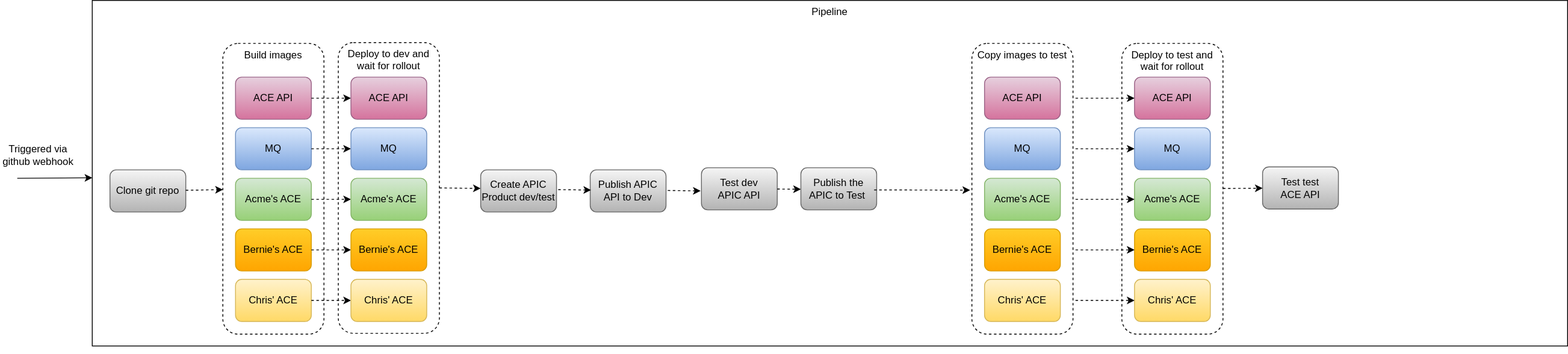
Before: DrivewayDentDeletion/media/dev-test-apic-pipeline.svg, a diagram exported from draw.io (IBM/cp4i-deployment-samples). Source tidied: cells renumbered, new cells last; positions are measured from the earlier drawing's top-left corner, leaving out a move shared by most shapes.
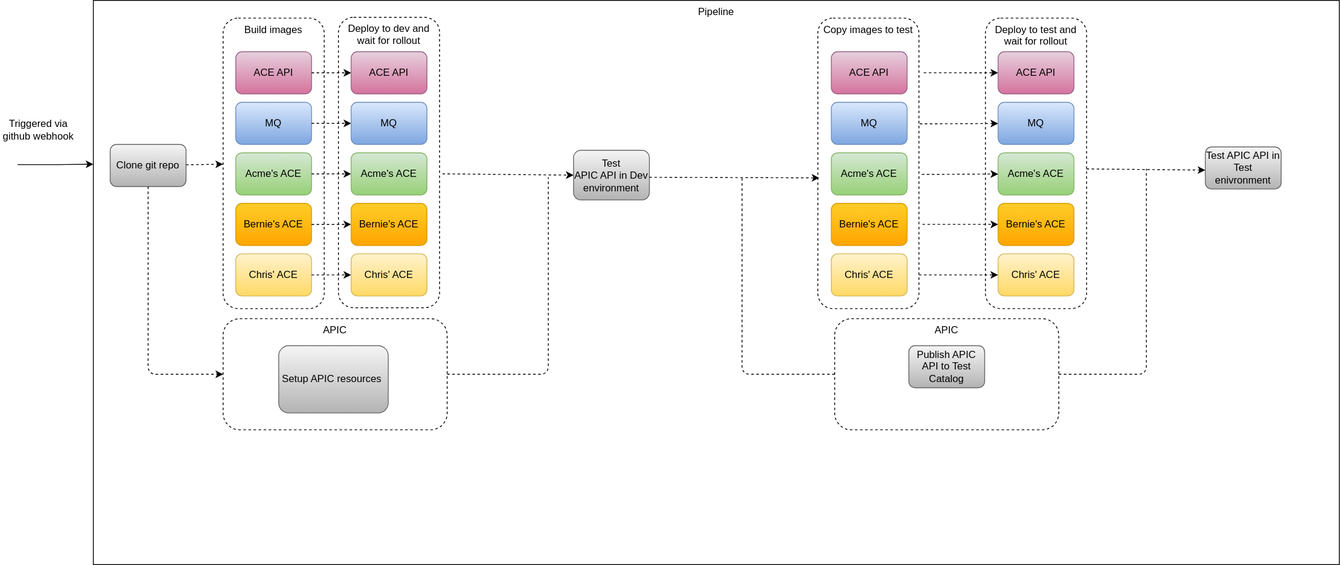
After the commit.

Change to the diagram source:
```diff
@@ -3,16 +3,11 @@
     <mxCell id="0" />
     <mxCell id="1" parent="0" />
     <mxCell id="2" value="Pipeline" style="rounded=0;whiteSpace=wrap;html=1;verticalAlign=top;" parent="1" vertex="1">
-      <mxGeometry x="109" width="1751" height="410" as="geometry" />
+      <mxGeometry x="110" y="30" width="1479" height="670" as="geometry" />
     </mxCell>
     <mxCell id="3" value="Deploy to dev and wait for rollout" style="rounded=1;whiteSpace=wrap;html=1;verticalAlign=top;dashed=1;" parent="1" vertex="1">
       <mxGeometry x="401" y="50" width="120" height="345" as="geometry" />
     </mxCell>
-    <mxCell id="4" style="endArrow=classic;html=1;" parent="1" edge="1" target="2">
-      <mxGeometry relative="1" as="geometry">
-        <mxPoint x="20" y="211" as="sourcePoint" />
-      </mxGeometry>
-    </mxCell>
     <mxCell id="5" value="Triggered via github webhook" style="text;html=1;strokeColor=none;fillColor=none;align=center;verticalAlign=middle;whiteSpace=wrap;rounded=0;" parent="1" vertex="1">
       <mxGeometry y="173.5" width="90" height="20" as="geometry" />
     </mxCell>
@@ -55,11 +50,11 @@
     <mxCell id="17" style="endArrow=classic;html=1;dashed=1;" parent="1" edge="1" source="7" target="36">
       <mxGeometry relative="1" as="geometry" />
     </mxCell>
-    <mxCell id="18" value="Test dev&lt;br&gt;APIC API" style="rounded=1;whiteSpace=wrap;html=1;fillColor=#f5f5f5;strokeColor=#666666;gradientColor=#b3b3b3;" parent="1" vertex="1">
-      <mxGeometry x="832" y="198.5" width="90" height="50" as="geometry" />
+    <mxCell id="18" value="Test&lt;br&gt;APIC API in Dev environment" style="rounded=1;whiteSpace=wrap;html=1;fillColor=#f5f5f5;strokeColor=#666666;gradientColor=#b3b3b3;" parent="1" vertex="1">
+      <mxGeometry x="680" y="208" width="90" height="59" as="geometry" />
     </mxCell>
     <mxCell id="19" style="group;dashed=1;strokeColor=none;" parent="1" vertex="1">
-      <mxGeometry x="798" y="51" width="120" height="345" as="geometry" />
+      <mxGeometry x="636" y="51" width="120" height="345" as="geometry" />
     </mxCell>
     <mxCell id="20" style="group;" parent="19" vertex="1">
       <mxGeometry x="533" width="120" height="345" as="geometry" />
@@ -82,31 +77,21 @@
     <mxCell id="26" value="Chris' ACE" style="rounded=1;whiteSpace=wrap;html=1;fillColor=#fff2cc;strokeColor=#d6b656;gradientColor=#ffd966;" parent="20" vertex="1">
       <mxGeometry x="15" y="280" width="90" height="50" as="geometry" />
     </mxCell>
-    <mxCell id="27" style="endArrow=classic;html=1;dashed=1;" parent="1" edge="1" source="46" target="23">
+    <mxCell id="27" style="endArrow=classic;html=1;dashed=1;exitX=1.008;exitY=0.364;exitDx=0;exitDy=0;exitPerimeter=0;" parent="1" edge="1" source="44" target="23">
       <mxGeometry relative="1" as="geometry" />
     </mxCell>
-    <mxCell id="28" style="endArrow=classic;html=1;dashed=1;" parent="1" edge="1" source="47" target="24">
+    <mxCell id="28" style="endArrow=classic;html=1;dashed=1;exitX=1.028;exitY=0.538;exitDx=0;exitDy=0;exitPerimeter=0;" parent="1" edge="1" source="44" target="24">
       <mxGeometry relative="1" as="geometry" />
     </mxCell>
-    <mxCell id="29" style="endArrow=classic;html=1;dashed=1;" parent="1" edge="1" source="48" target="25">
+    <mxCell id="29" style="endArrow=classic;html=1;dashed=1;exitX=1.035;exitY=0.71;exitDx=0;exitDy=0;exitPerimeter=0;" parent="1" edge="1" source="44" target="25">
       <mxGeometry relative="1" as="geometry" />
     </mxCell>
-    <mxCell id="30" style="endArrow=classic;html=1;dashed=1;" parent="1" edge="1" source="49" target="26">
+    <mxCell id="30" style="endArrow=classic;html=1;dashed=1;exitX=1;exitY=0.884;exitDx=0;exitDy=0;exitPerimeter=0;" parent="1" edge="1" source="44" target="26">
       <mxGeometry relative="1" as="geometry" />
     </mxCell>
-    <mxCell id="31" style="endArrow=classic;html=1;dashed=1;" parent="1" edge="1" source="45" target="22">
+    <mxCell id="31" style="endArrow=classic;html=1;dashed=1;exitX=1.048;exitY=0.188;exitDx=0;exitDy=0;exitPerimeter=0;" parent="1" edge="1" source="44" target="22">
       <mxGeometry relative="1" as="geometry" />
     </mxCell>
-    <mxCell id="32" style="endArrow=classic;html=1;dashed=1;exitX=1;exitY=0.5;exitDx=0;exitDy=0;" parent="1" edge="1" source="3">
-      <mxGeometry relative="1" as="geometry">
-        <mxPoint x="570" y="223" as="targetPoint" />
-      </mxGeometry>
-    </mxCell>
-    <mxCell id="33" style="endArrow=classic;html=1;dashed=1;" parent="1" edge="1" source="18">
-      <mxGeometry relative="1" as="geometry">
-        <mxPoint x="950" y="224" as="targetPoint" />
-      </mxGeometry>
-    </mxCell>
     <mxCell id="34" value="Clone git repo" style="rounded=1;whiteSpace=wrap;html=1;fillColor=#f5f5f5;strokeColor=#666666;gradientColor=#b3b3b3;" parent="1" vertex="1">
       <mxGeometry x="130" y="201" width="90" height="50" as="geometry" />
     </mxCell>
@@ -128,58 +113,104 @@
     <mxCell id="40" value="Chris' ACE" style="rounded=1;whiteSpace=wrap;html=1;fillColor=#fff2cc;strokeColor=#d6b656;gradientColor=#ffd966;" parent="1" vertex="1">
       <mxGeometry x="416" y="331" width="90" height="50" as="geometry" />
     </mxCell>
-    <mxCell id="41" value="Test test&lt;br&gt;ACE API" style="rounded=1;whiteSpace=wrap;html=1;fillColor=#f5f5f5;strokeColor=#666666;gradientColor=#b3b3b3;" parent="1" vertex="1">
-      <mxGeometry x="1498" y="197.5" width="90" height="50" as="geometry" />
+    <mxCell id="41" value="Test APIC API in Test enivronment" style="rounded=1;whiteSpace=wrap;html=1;fillColor=#f5f5f5;strokeColor=#666666;gradientColor=#b3b3b3;" parent="1" vertex="1">
+      <mxGeometry x="1430" y="204" width="90" height="50" as="geometry" />
     </mxCell>
-    <mxCell id="42" style="endArrow=classic;html=1;dashed=1;" parent="1" edge="1" source="21" target="41">
-      <mxGeometry relative="1" as="geometry" />
+    <mxCell id="42" style="endArrow=classic;html=1;dashed=1;" parent="1" edge="1">
+      <mxGeometry relative="1" as="geometry">
+        <mxPoint x="1289" y="230.1" as="sourcePoint" />
+        <mxPoint x="1430" y="231.5" as="targetPoint" />
+      </mxGeometry>
     </mxCell>
     <mxCell id="43" style="group;" parent="1" vertex="1">
       <mxGeometry x="1153" y="51" width="120" height="345" as="geometry" />
     </mxCell>
+    <mxCell id="56" style="group;" parent="43" vertex="1">
+      <mxGeometry x="-183" width="120" height="345" as="geometry" />
+    </mxCell>
-    <mxCell id="44" value="Copy images to test" style="rounded=1;whiteSpace=wrap;html=1;horizontal=1;verticalAlign=top;dashed=1;" parent="43" vertex="1">
+    <mxCell id="44" value="Copy images to test" style="rounded=1;whiteSpace=wrap;html=1;horizontal=1;verticalAlign=top;dashed=1;" parent="56" vertex="1">
       <mxGeometry width="120" height="345" as="geometry" />
     </mxCell>
-    <mxCell id="45" value="ACE API" style="rounded=1;whiteSpace=wrap;html=1;fillColor=#e6d0de;strokeColor=#996185;gradientColor=#d5739d;" parent="43" vertex="1">
-      <mxGeometry x="15" y="40" width="90" height="50" as="geometry" />
+    <mxCell id="45" value="ACE API" style="rounded=1;whiteSpace=wrap;html=1;fillColor=#e6d0de;strokeColor=#996185;gradientColor=#d5739d;" parent="56" vertex="1">
+      <mxGeometry x="16" y="40" width="90" height="50" as="geometry" />
     </mxCell>
-    <mxCell id="46" value="MQ" style="rounded=1;whiteSpace=wrap;html=1;fillColor=#dae8fc;strokeColor=#6c8ebf;gradientColor=#7ea6e0;" parent="43" vertex="1">
-      <mxGeometry x="15" y="100" width="90" height="50" as="geometry" />
+    <mxCell id="46" value="MQ" style="rounded=1;whiteSpace=wrap;html=1;fillColor=#dae8fc;strokeColor=#6c8ebf;gradientColor=#7ea6e0;" parent="56" vertex="1">
+      <mxGeometry x="16" y="100" width="90" height="50" as="geometry" />
     </mxCell>
-    <mxCell id="47" value="Acme's ACE" style="rounded=1;whiteSpace=wrap;html=1;fillColor=#d5e8d4;strokeColor=#82b366;gradientColor=#97d077;" parent="43" vertex="1">
-      <mxGeometry x="15" y="160" width="90" height="50" as="geometry" />
+    <mxCell id="47" value="Acme's ACE" style="rounded=1;whiteSpace=wrap;html=1;fillColor=#d5e8d4;strokeColor=#82b366;gradientColor=#97d077;" parent="56" vertex="1">
+      <mxGeometry x="16" y="160" width="90" height="50" as="geometry" />
     </mxCell>
-    <mxCell id="48" value="Bernie's ACE" style="rounded=1;whiteSpace=wrap;html=1;fillColor=#ffcd28;strokeColor=#d79b00;gradientColor=#ffa500;" parent="43" vertex="1">
-      <mxGeometry x="15" y="220" width="90" height="50" as="geometry" />
+    <mxCell id="48" value="Bernie's ACE" style="rounded=1;whiteSpace=wrap;html=1;fillColor=#ffcd28;strokeColor=#d79b00;gradientColor=#ffa500;" parent="56" vertex="1">
+      <mxGeometry x="16" y="220" width="90" height="50" as="geometry" />
     </mxCell>
-    <mxCell id="49" value="Chris' ACE" style="rounded=1;whiteSpace=wrap;html=1;fillColor=#fff2cc;strokeColor=#d6b656;gradientColor=#ffd966;" parent="43" vertex="1">
-      <mxGeometry x="15" y="280" width="90" height="50" as="geometry" />
+    <mxCell id="49" value="Chris' ACE" style="rounded=1;whiteSpace=wrap;html=1;fillColor=#fff2cc;strokeColor=#d6b656;gradientColor=#ffd966;" parent="56" vertex="1">
+      <mxGeometry x="16" y="280" width="90" height="50" as="geometry" />
     </mxCell>
+    <mxCell id="52" style="endArrow=classic;html=1;dashed=1;exitX=1;exitY=0.5;exitDx=0;exitDy=0;" parent="1" edge="1">
+      <mxGeometry relative="1" as="geometry">
+        <mxPoint x="393" y="462.5" as="sourcePoint" />
+        <mxPoint x="432" y="463" as="targetPoint" />
+      </mxGeometry>
+    </mxCell>
+    <mxCell id="57" value="APIC" style="rounded=1;whiteSpace=wrap;html=1;horizontal=1;verticalAlign=top;dashed=1;" parent="1" vertex="1">
+      <mxGeometry x="264" y="408" width="266" height="132" as="geometry" />
+    </mxCell>
-    <mxCell id="50" value="Create APIC Product dev/test" style="rounded=1;whiteSpace=wrap;html=1;fillColor=#f5f5f5;strokeColor=#666666;gradientColor=#b3b3b3;" parent="1" vertex="1">
-      <mxGeometry x="570" y="201" width="90" height="50" as="geometry" />
+    <mxCell id="50" value="Setup APIC resources&amp;nbsp;" style="rounded=1;whiteSpace=wrap;html=1;fillColor=#f5f5f5;strokeColor=#666666;gradientColor=#b3b3b3;" parent="1" vertex="1">
+      <mxGeometry x="330" y="440" width="130" height="80" as="geometry" />
     </mxCell>
-    <mxCell id="51" value="Publish APIC API to Dev" style="rounded=1;whiteSpace=wrap;html=1;fillColor=#f5f5f5;strokeColor=#666666;gradientColor=#b3b3b3;" parent="1" vertex="1">
-      <mxGeometry x="700" y="201" width="90" height="50" as="geometry" />
-    </mxCell>
-    <mxCell id="52" style="endArrow=classic;html=1;dashed=1;exitX=1;exitY=0.5;exitDx=0;exitDy=0;" parent="1" edge="1">
-      <mxGeometry relative="1" as="geometry">
-        <mxPoint x="662" y="224.5" as="sourcePoint" />
-        <mxPoint x="701" y="225" as="targetPoint" />
-      </mxGeometry>
-    </mxCell>
-    <mxCell id="53" style="endArrow=classic;html=1;dashed=1;exitX=1;exitY=0.5;exitDx=0;exitDy=0;" parent="1" edge="1">
-      <mxGeometry relative="1" as="geometry">
-        <mxPoint x="792" y="225.5" as="sourcePoint" />
-        <mxPoint x="831" y="226" as="targetPoint" />
-      </mxGeometry>
-    </mxCell>
+    <mxCell id="58" style="endArrow=classic;html=1;" parent="1" edge="1">
+      <mxGeometry relative="1" as="geometry">
+        <mxPoint x="20" y="225" as="sourcePoint" />
+        <mxPoint x="110" y="224.5" as="targetPoint" />
+        <Array as="points">
+          <mxPoint x="70" y="225" />
+        </Array>
+      </mxGeometry>
+    </mxCell>
+    <mxCell id="59" style="endArrow=classic;html=1;strokeColor=#000000;entryX=0;entryY=0.5;entryDx=0;entryDy=0;exitX=1.028;exitY=0.539;exitDx=0;exitDy=0;exitPerimeter=0;dashed=1;" parent="1" edge="1" source="3" target="18">
+      <mxGeometry relative="1" as="geometry" />
+    </mxCell>
+    <mxCell id="60" style="endArrow=none;dashed=1;html=1;strokeColor=#000000;exitX=1;exitY=0.5;exitDx=0;exitDy=0;" parent="1" edge="1" source="57">
+      <mxGeometry relative="1" as="geometry">
+        <mxPoint x="650" y="240" as="targetPoint" />
+        <Array as="points">
+          <mxPoint x="650" y="474" />
+        </Array>
+      </mxGeometry>
+    </mxCell>
+    <mxCell id="61" style="endArrow=classic;html=1;dashed=1;strokeColor=#000000;entryX=0.015;entryY=0.55;entryDx=0;entryDy=0;entryPerimeter=0;" parent="1" edge="1" target="44">
+      <mxGeometry relative="1" as="geometry">
+        <mxPoint x="770" y="240" as="sourcePoint" />
+      </mxGeometry>
+    </mxCell>
+    <mxCell id="62" value="APIC" style="rounded=1;whiteSpace=wrap;html=1;horizontal=1;verticalAlign=top;dashed=1;" parent="1" vertex="1">
+      <mxGeometry x="990" y="408" width="266" height="132" as="geometry" />
+    </mxCell>
-    <mxCell id="54" value="Publish the APIC to Test&amp;nbsp;" style="rounded=1;whiteSpace=wrap;html=1;fillColor=#f5f5f5;strokeColor=#666666;gradientColor=#b3b3b3;" parent="1" vertex="1">
-      <mxGeometry x="950" y="198.5" width="90" height="50" as="geometry" />
+    <mxCell id="54" value="Publish APIC API to Test Catalog" style="rounded=1;whiteSpace=wrap;html=1;fillColor=#f5f5f5;strokeColor=#666666;gradientColor=#b3b3b3;" parent="1" vertex="1">
+      <mxGeometry x="1078" y="440" width="90" height="50" as="geometry" />
     </mxCell>
-    <mxCell id="55" style="endArrow=classic;html=1;dashed=1;entryX=0.595;entryY=0.549;entryDx=0;entryDy=0;entryPerimeter=0;" parent="1" edge="1" target="2">
-      <mxGeometry relative="1" as="geometry">
-        <mxPoint x="1037" y="224.8" as="sourcePoint" />
-      </mxGeometry>
-    </mxCell>
+    <mxCell id="63" style="endArrow=none;dashed=1;html=1;strokeColor=#000000;exitX=0;exitY=0.5;exitDx=0;exitDy=0;" parent="1" edge="1" source="62">
+      <mxGeometry relative="1" as="geometry">
+        <mxPoint x="880" y="240" as="targetPoint" />
+        <Array as="points">
+          <mxPoint x="880" y="474" />
+        </Array>
+      </mxGeometry>
+    </mxCell>
+    <mxCell id="64" style="endArrow=none;dashed=1;html=1;strokeColor=#000000;exitX=1;exitY=0.5;exitDx=0;exitDy=0;" parent="1" edge="1" source="62">
+      <mxGeometry relative="1" as="geometry">
+        <mxPoint x="1360" y="230" as="targetPoint" />
+        <Array as="points">
+          <mxPoint x="1360" y="474" />
+        </Array>
+      </mxGeometry>
+    </mxCell>
+    <mxCell id="65" style="endArrow=classic;html=1;dashed=1;strokeColor=#000000;entryX=0;entryY=0.5;entryDx=0;entryDy=0;exitX=0.5;exitY=1;exitDx=0;exitDy=0;" parent="1" edge="1" source="34" target="57">
+      <mxGeometry relative="1" as="geometry">
+        <Array as="points">
+          <mxPoint x="175" y="474" />
+        </Array>
+      </mxGeometry>
+    </mxCell>
   </root>
 </mxGraphModel>
```
